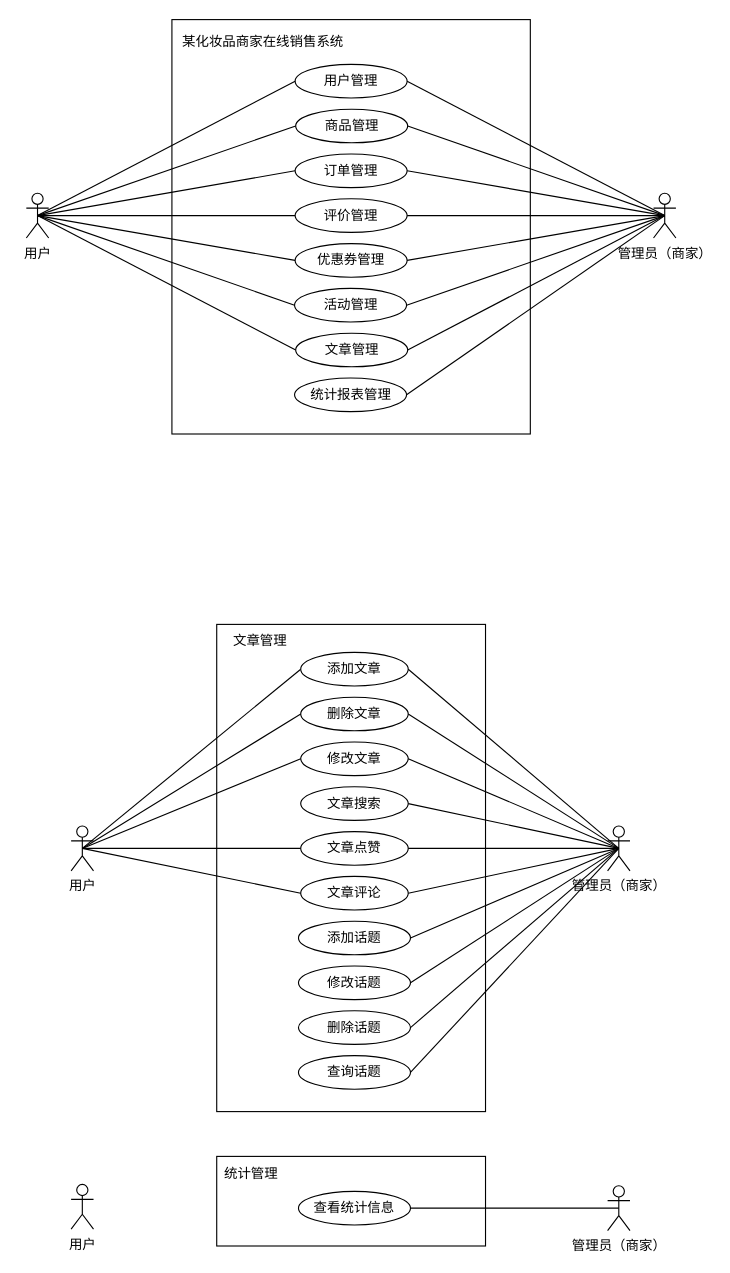
Earlier version of the draw.io diagram page "总体用例图" (2 of 27) of Untitled Diagram.drawio (hongkingking/hkk). Source tidied: cells renumbered, new cells numbered last; positions are measured from the earlier drawing's top-left corner, leaving out a move shared by most shapes. Both pictures are drawn from the tidied source at 112%, with x=0, y=0 at pixel (26, 19).
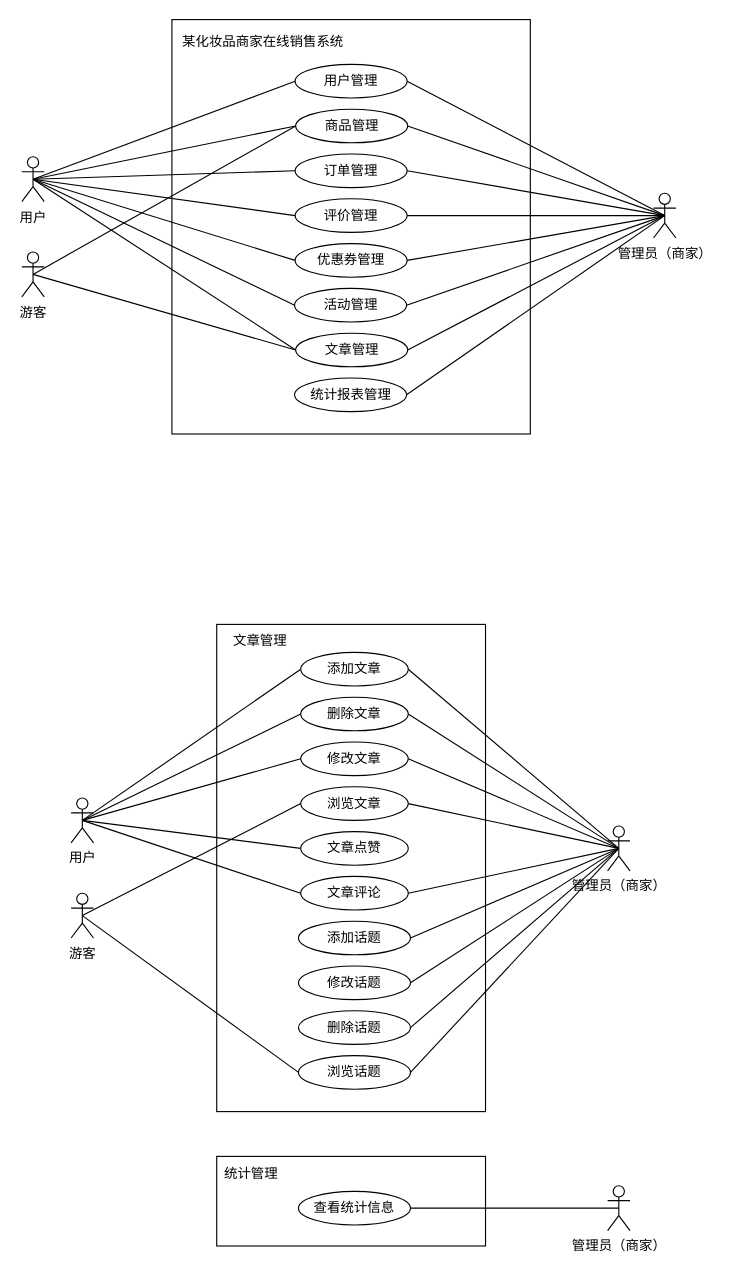
After the change.

The change refers to these unchanged cells:
```xml
<mxCell id="5" value="商品管理" style="ellipse;whiteSpace=wrap;html=1;" parent="1" vertex="1">
  <mxGeometry x="240.5" y="80" width="100" height="30" as="geometry" />
</mxCell>
<mxCell id="9" value="文章管理" style="ellipse;whiteSpace=wrap;html=1;" parent="1" vertex="1">
  <mxGeometry x="240.5" y="280" width="100" height="30" as="geometry" />
</mxCell>
<mxCell id="32" value="管理员（商家）" style="shape=umlActor;verticalLabelPosition=bottom;verticalAlign=top;html=1;" parent="1" vertex="1">
  <mxGeometry x="519" y="720" width="20" height="40" as="geometry" />
</mxCell>
<mxCell id="37" value="文章点赞" style="ellipse;whiteSpace=wrap;html=1;" parent="1" vertex="1">
  <mxGeometry x="245" y="725" width="96" height="30" as="geometry" />
</mxCell>
```

Change to the diagram source:
```diff
@@
     <mxCell id="26" value="用户" style="shape=umlActor;verticalLabelPosition=bottom;verticalAlign=top;html=1;" parent="1" vertex="1">
-      <mxGeometry y="155" width="20" height="40" as="geometry" />
+      <mxGeometry x="-4" y="122.5" width="20" height="40" as="geometry" />
     </mxCell>
@@
-    <mxCell id="36" value="文章搜索" style="ellipse;whiteSpace=wrap;html=1;" parent="1" vertex="1">
+    <mxCell id="36" value="浏览文章" style="ellipse;whiteSpace=wrap;html=1;" parent="1" vertex="1">
       <mxGeometry x="245" y="685" width="96" height="30" as="geometry" />
     </mxCell>
@@
-    <mxCell id="47" style="endArrow=none;html=1;exitX=1;exitY=0.5;exitDx=0;exitDy=0;entryX=0.5;entryY=0.5;entryDx=0;entryDy=0;entryPerimeter=0;" parent="1" edge="1" source="37" target="32">
-      <mxGeometry relative="1" as="geometry" />
-    </mxCell>
@@
     <mxCell id="49" value="用户" style="shape=umlActor;verticalLabelPosition=bottom;verticalAlign=top;html=1;" parent="1" vertex="1">
-      <mxGeometry x="40" y="720" width="20" height="40" as="geometry" />
+      <mxGeometry x="40" y="695" width="20" height="40" as="geometry" />
     </mxCell>
@@
-    <mxCell id="51" value="查询话题" style="ellipse;whiteSpace=wrap;html=1;" parent="1" vertex="1">
+    <mxCell id="51" value="浏览话题" style="ellipse;whiteSpace=wrap;html=1;" parent="1" vertex="1">
       <mxGeometry x="243" y="925" width="100" height="30" as="geometry" />
     </mxCell>
@@
-    <mxCell id="60" value="用户" style="shape=umlActor;verticalLabelPosition=bottom;verticalAlign=top;html=1;" parent="1" vertex="1">
-      <mxGeometry x="40" y="1040" width="20" height="40" as="geometry" />
-    </mxCell>
@@
+    <mxCell id="64" value="游客" style="shape=umlActor;verticalLabelPosition=bottom;verticalAlign=top;html=1;" parent="1" vertex="1">
+      <mxGeometry x="-4" y="207.5" width="20" height="40" as="geometry" />
+    </mxCell>
+    <mxCell id="65" style="endArrow=none;html=1;entryX=0;entryY=0.5;entryDx=0;entryDy=0;exitX=0.5;exitY=0.5;exitDx=0;exitDy=0;exitPerimeter=0;" parent="1" edge="1" source="64" target="5">
+      <mxGeometry relative="1" as="geometry" />
+    </mxCell>
+    <mxCell id="66" style="endArrow=none;html=1;entryX=0;entryY=0.5;entryDx=0;entryDy=0;exitX=0.5;exitY=0.5;exitDx=0;exitDy=0;exitPerimeter=0;" parent="1" edge="1" source="64" target="9">
+      <mxGeometry relative="1" as="geometry" />
+    </mxCell>
+    <mxCell id="67" value="游客" style="shape=umlActor;verticalLabelPosition=bottom;verticalAlign=top;html=1;" parent="1" vertex="1">
+      <mxGeometry x="40" y="780" width="20" height="40" as="geometry" />
+    </mxCell>
+    <mxCell id="68" style="endArrow=none;html=1;exitX=0.5;exitY=0.5;exitDx=0;exitDy=0;exitPerimeter=0;entryX=0;entryY=0.5;entryDx=0;entryDy=0;" parent="1" edge="1" source="67" target="36">
+      <mxGeometry relative="1" as="geometry" />
+    </mxCell>
+    <mxCell id="69" style="endArrow=none;html=1;exitX=0.5;exitY=0.5;exitDx=0;exitDy=0;exitPerimeter=0;entryX=0;entryY=0.5;entryDx=0;entryDy=0;" parent="1" edge="1" source="67" target="51">
+      <mxGeometry relative="1" as="geometry" />
+    </mxCell>
```
